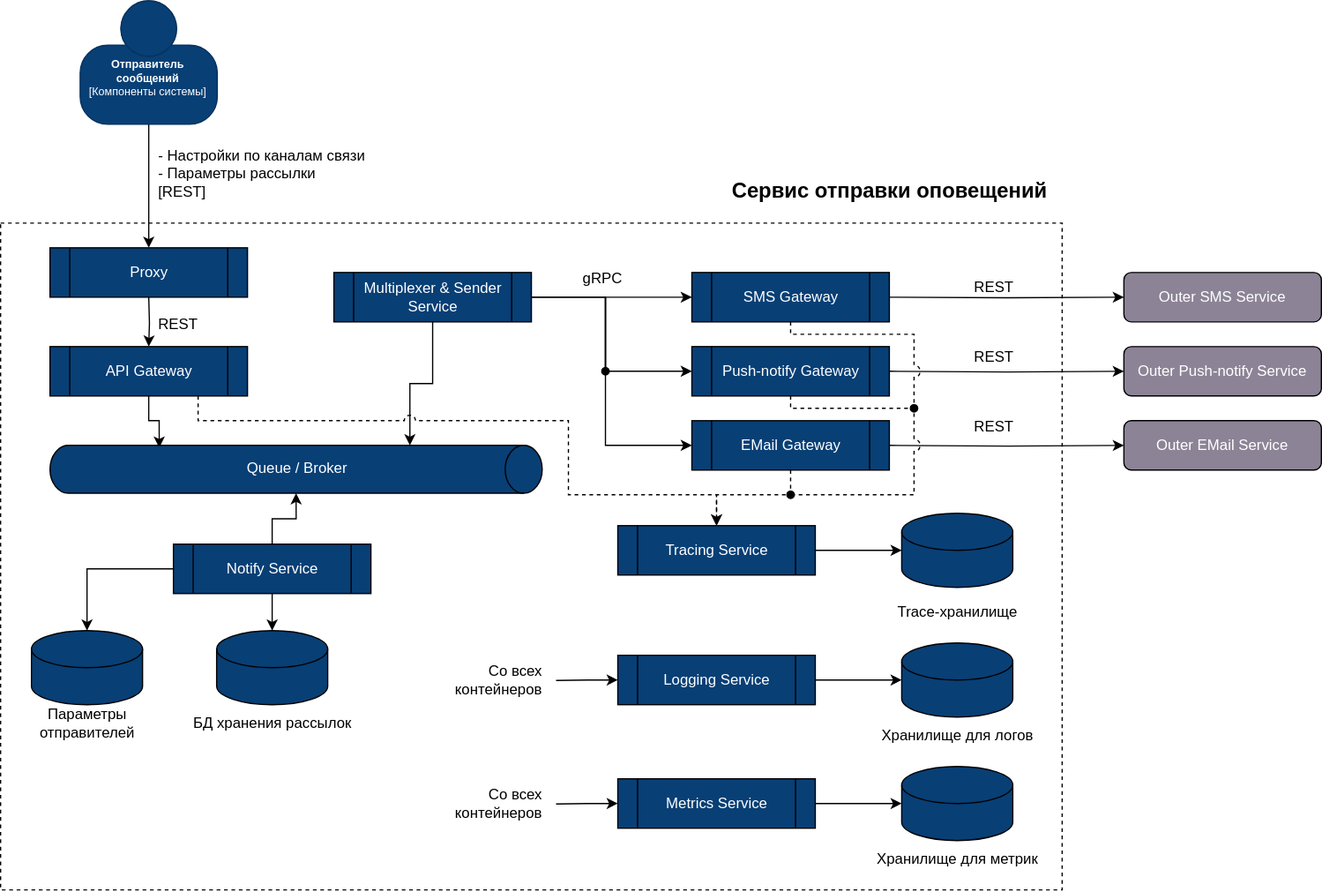
The draw.io diagram notificator/static/c2.svg in Yandex-Practicum/architect-practice-tpl, before a commit. Source tidied: cells renumbered, new cells last; positions are measured from the earlier drawing's top-left corner, leaving out a move shared by most shapes.
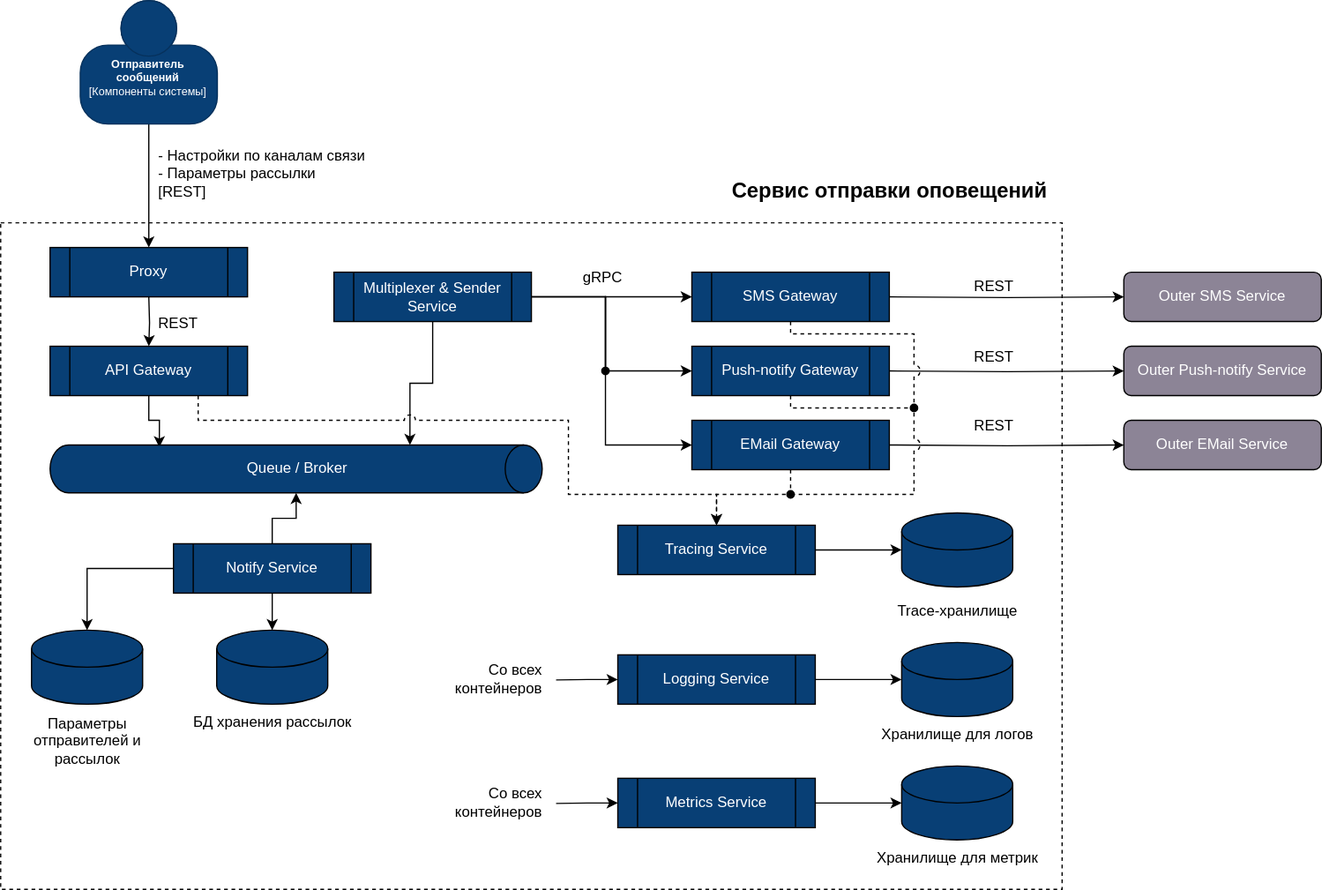
The same diagram one commit later.

The edit, as a diff of the source:
```diff
@@ -76,10 +76,10 @@
       <mxGeometry x="190" y="364.4" width="100" height="30" as="geometry" />
     </mxCell>
     <mxCell id="22" style="group;fillColor=none;fontColor=#ffffff;" parent="1" vertex="1">
-      <mxGeometry x="20" y="480" width="100" height="95" as="geometry" />
+      <mxGeometry x="20" y="480" width="105" height="135" as="geometry" />
     </mxCell>
-    <mxCell id="23" value="Параметры&lt;br&gt;отправителей" style="text;html=1;align=center;verticalAlign=middle;strokeColor=none;fillColor=none;" parent="22" vertex="1">
-      <mxGeometry y="85" width="100" height="40" as="geometry" />
+    <mxCell id="23" value="Параметры&lt;br&gt;отправителей и&lt;br&gt;рассылок" style="text;html=1;align=center;verticalAlign=middle;strokeColor=none;fillColor=none;" parent="22" vertex="1">
+      <mxGeometry x="-5" y="90" width="110" height="60" as="geometry" />
     </mxCell>
     <mxCell id="24" style="shape=cylinder3;whiteSpace=wrap;html=1;boundedLbl=1;backgroundOutline=1;size=15;fillColor=#083f75;" parent="22" vertex="1">
       <mxGeometry x="5" y="30" width="90" height="60" as="geometry" />
```
